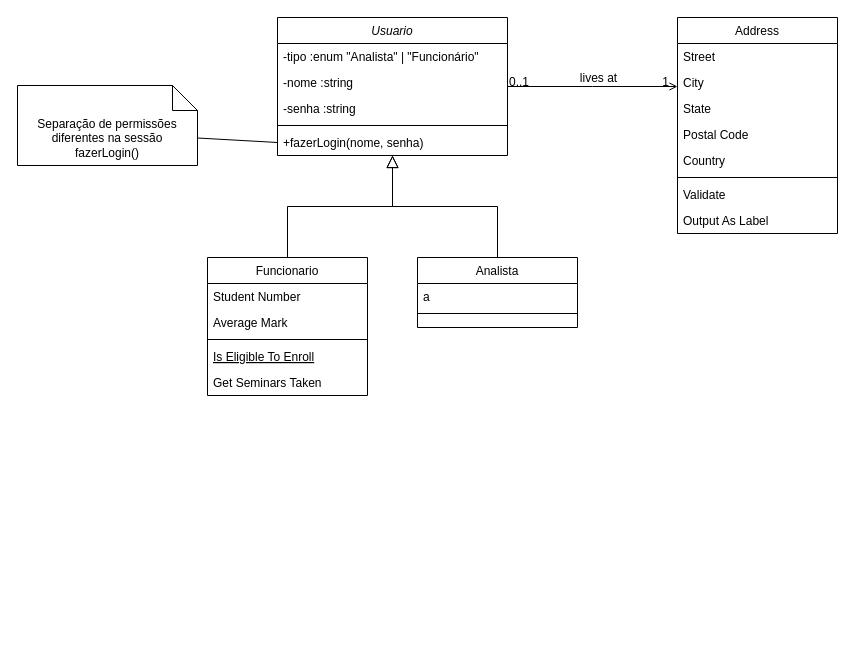
This is page "Classes" (1 of 2) of Financ.drawio from Raiobrine/DrawIO, a draw.io file, before an edit. Source tidied: cells renumbered, new cells numbered last; positions are measured from the earlier drawing's top-left corner, leaving out a move shared by most shapes. Both pictures are drawn from the tidied source at 100%, with x=0, y=0 at pixel (17, 17).
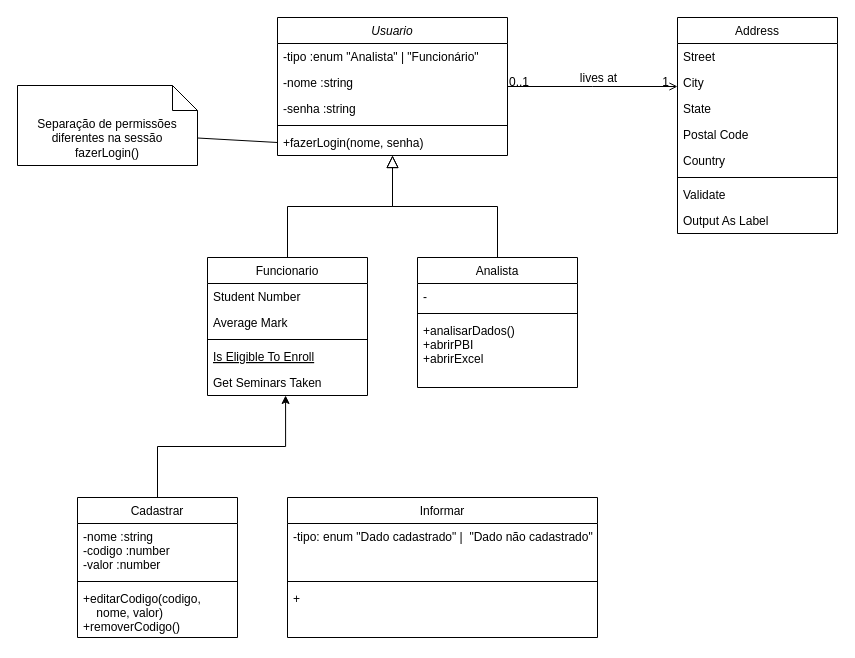
After the change.

Unchanged cells that the change refers to:
```xml
<mxCell id="13" value="Get Seminars Taken" style="text;align=left;verticalAlign=top;spacingLeft=4;spacingRight=4;overflow=hidden;points=[[0,0.5],[1,0.5]];portConstraint=eastwest;" parent="8" vertex="1">
  <mxGeometry y="112" width="160" height="26" as="geometry" />
</mxCell>
```

Diff of the diagram source:
```diff
@@
     <mxCell id="15" value="Analista" style="swimlane;fontStyle=0;align=center;verticalAlign=top;horizontal=1;startSize=26;rounded=0;shadow=0;strokeWidth=1;" parent="1" vertex="1">
-      <mxGeometry x="400" y="240" width="160" height="70" as="geometry" />
+      <mxGeometry x="400" y="240" width="160" height="130" as="geometry" />
     </mxCell>
-    <mxCell id="16" value="a" style="text;align=left;verticalAlign=top;spacingLeft=4;spacingRight=4;overflow=hidden;" parent="15" vertex="1">
+    <mxCell id="16" value="-" style="text;align=left;verticalAlign=top;spacingLeft=4;spacingRight=4;overflow=hidden;" parent="15" vertex="1">
       <mxGeometry y="26" width="160" height="26" as="geometry" />
     </mxCell>
@@
+    <mxCell id="34" value="+analisarDados()&#10;+abrirPBI&#10;+abrirExcel&#10;" style="text;align=left;verticalAlign=top;spacingLeft=4;spacingRight=4;overflow=hidden;fontStyle=0;" parent="15" vertex="1">
+      <mxGeometry y="60" width="160" height="60" as="geometry" />
+    </mxCell>
@@
+    <mxCell id="35" style="edgeStyle=orthogonalEdgeStyle;rounded=0;jettySize=auto;html=1;entryX=0.488;entryY=1;entryDx=0;entryDy=0;entryPerimeter=0;" parent="1" edge="1" source="36" target="13">
+      <mxGeometry relative="1" as="geometry" />
+    </mxCell>
+    <mxCell id="36" value="Cadastrar" style="swimlane;fontStyle=0;align=center;verticalAlign=top;horizontal=1;startSize=26;rounded=0;shadow=0;strokeWidth=1;" parent="1" vertex="1">
+      <mxGeometry x="60" y="480" width="160" height="140" as="geometry" />
+    </mxCell>
+    <mxCell id="37" value="-nome :string&#10;-codigo :number&#10;-valor :number" style="text;align=left;verticalAlign=top;spacingLeft=4;spacingRight=4;overflow=hidden;" parent="36" vertex="1">
+      <mxGeometry y="26" width="160" height="54" as="geometry" />
+    </mxCell>
+    <mxCell id="38" style="line;html=1;strokeWidth=1;align=left;verticalAlign=middle;spacingTop=-1;spacingLeft=3;spacingRight=3;labelPosition=right;" parent="36" vertex="1">
+      <mxGeometry y="80" width="160" height="8" as="geometry" />
+    </mxCell>
+    <mxCell id="39" value="+editarCodigo(codigo, &#10;    nome, valor)&#10;+removerCodigo()&#10;" style="text;align=left;verticalAlign=top;spacingLeft=4;spacingRight=4;overflow=hidden;" parent="36" vertex="1">
+      <mxGeometry y="88" width="160" height="52" as="geometry" />
+    </mxCell>
+    <mxCell id="40" value="Informar" style="swimlane;fontStyle=0;align=center;verticalAlign=top;horizontal=1;startSize=26;rounded=0;shadow=0;strokeWidth=1;" parent="1" vertex="1">
+      <mxGeometry x="270" y="480" width="310" height="140" as="geometry" />
+    </mxCell>
+    <mxCell id="41" value="-tipo: enum &quot;Dado cadastrado&quot; |  &quot;Dado não cadastrado&quot; " style="text;align=left;verticalAlign=top;spacingLeft=4;spacingRight=4;overflow=hidden;" parent="40" vertex="1">
+      <mxGeometry y="26" width="310" height="54" as="geometry" />
+    </mxCell>
+    <mxCell id="42" style="line;html=1;strokeWidth=1;align=left;verticalAlign=middle;spacingTop=-1;spacingLeft=3;spacingRight=3;labelPosition=right;" parent="40" vertex="1">
+      <mxGeometry y="80" width="310" height="8" as="geometry" />
+    </mxCell>
+    <mxCell id="43" value="+&#10;" style="text;align=left;verticalAlign=top;spacingLeft=4;spacingRight=4;overflow=hidden;" parent="40" vertex="1">
+      <mxGeometry y="88" width="310" height="52" as="geometry" />
+    </mxCell>
```
